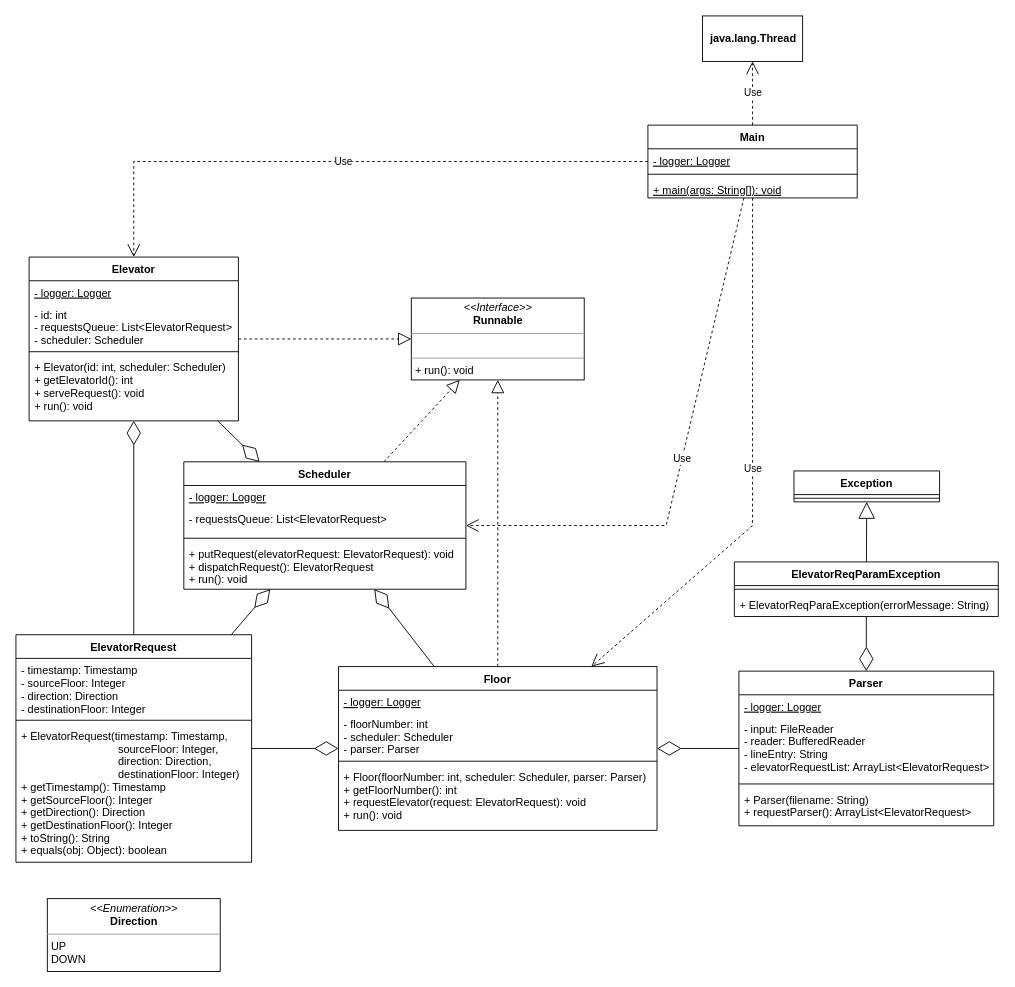
bobbyngo/Elevator-Control-System-And-Simulator keeps this draw.io diagram as page "class" (1 of 2) of P1-UML.drawio. Above is the earlier version. Source tidied: cells renumbered, new cells numbered last; positions are measured from the earlier drawing's top-left corner, leaving out a move shared by most shapes. Both pictures are drawn from the tidied source at 91%, with x=0, y=0 at pixel (15, 15).
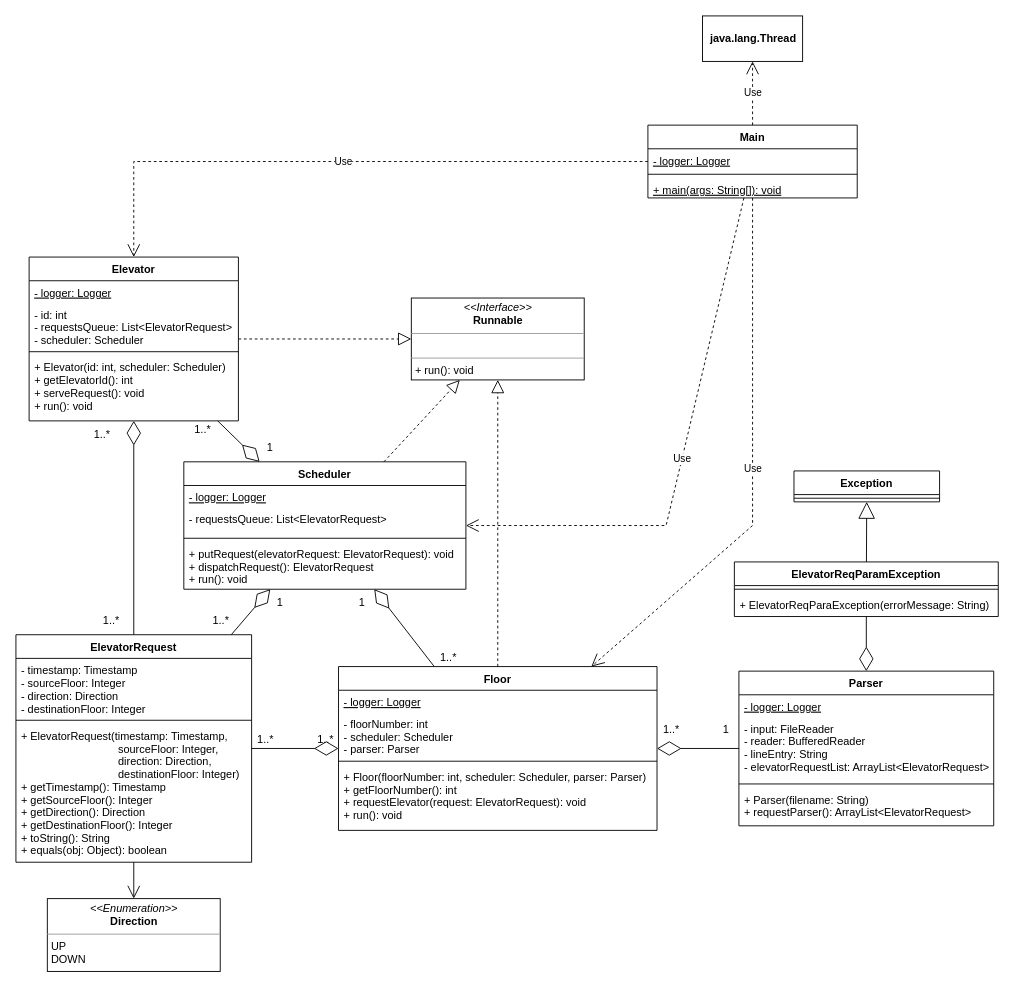
The same page after the edit.

Unchanged cells that the change refers to:
```xml
<mxCell id="13" value="&lt;p style=&quot;margin:0px;margin-top:4px;text-align:center;&quot;&gt;&lt;i&gt;&amp;lt;&amp;lt;Enumeration&amp;gt;&amp;gt;&lt;/i&gt;&lt;br&gt;&lt;b&gt;Direction&lt;/b&gt;&lt;/p&gt;&lt;hr size=&quot;1&quot;&gt;&lt;p style=&quot;margin:0px;margin-left:4px;&quot;&gt;UP&lt;/p&gt;&lt;p style=&quot;margin:0px;margin-left:4px;&quot;&gt;DOWN&lt;/p&gt;" style="verticalAlign=top;align=left;overflow=fill;fontSize=12;fontFamily=Helvetica;html=1;" parent="1" vertex="1">
  <mxGeometry x="34.5" y="970" width="190" height="80" as="geometry" />
</mxCell>
<mxCell id="14" value="ElevatorRequest" style="swimlane;fontStyle=1;align=center;verticalAlign=top;horizontal=1;startSize=26;" parent="1" vertex="1">
  <mxGeometry y="680" width="259" height="250" as="geometry" />
</mxCell>
```

The edit, as a diff of the source:
```diff
@@
+    <mxCell id="53" style="endArrow=open;endFill=1;endSize=12;html=1;rounded=0;" parent="1" edge="1" source="14" target="13">
+      <mxGeometry relative="1" as="geometry" />
+    </mxCell>
+    <mxCell id="54" value="1..*" style="text;html=1;strokeColor=none;fillColor=none;align=center;verticalAlign=middle;whiteSpace=wrap;rounded=0;" parent="1" vertex="1">
+      <mxGeometry x="65" y="445" width="60" height="30" as="geometry" />
+    </mxCell>
+    <mxCell id="55" value="1..*" style="text;html=1;strokeColor=none;fillColor=none;align=center;verticalAlign=middle;whiteSpace=wrap;rounded=0;" parent="1" vertex="1">
+      <mxGeometry x="75" y="650" width="60" height="30" as="geometry" />
+    </mxCell>
+    <mxCell id="56" value="1..*" style="text;html=1;align=center;verticalAlign=middle;strokeColor=none;fillColor=none;" parent="1" vertex="1">
+      <mxGeometry x="254" y="780" width="40" height="30" as="geometry" />
+    </mxCell>
+    <mxCell id="57" value="1..*" style="text;html=1;align=center;verticalAlign=middle;strokeColor=none;fillColor=none;" parent="1" vertex="1">
+      <mxGeometry x="319.5" y="780" width="40" height="30" as="geometry" />
+    </mxCell>
+    <mxCell id="58" value="1..*" style="text;html=1;align=center;verticalAlign=middle;strokeColor=none;fillColor=none;" parent="1" vertex="1">
+      <mxGeometry x="699.5" y="770" width="40" height="30" as="geometry" />
+    </mxCell>
+    <mxCell id="59" value="1" style="text;html=1;align=center;verticalAlign=middle;strokeColor=none;fillColor=none;" parent="1" vertex="1">
+      <mxGeometry x="764.5" y="770" width="30" height="30" as="geometry" />
+    </mxCell>
+    <mxCell id="60" value="1" style="text;html=1;align=center;verticalAlign=middle;strokeColor=none;fillColor=none;" parent="1" vertex="1">
+      <mxGeometry x="275" y="630" width="30" height="30" as="geometry" />
+    </mxCell>
+    <mxCell id="61" value="1" style="text;html=1;align=center;verticalAlign=middle;strokeColor=none;fillColor=none;" parent="1" vertex="1">
+      <mxGeometry x="365" y="630" width="30" height="30" as="geometry" />
+    </mxCell>
+    <mxCell id="62" value="1" style="text;html=1;align=center;verticalAlign=middle;strokeColor=none;fillColor=none;" parent="1" vertex="1">
+      <mxGeometry x="264" y="460" width="30" height="30" as="geometry" />
+    </mxCell>
+    <mxCell id="63" value="1..*" style="text;html=1;align=center;verticalAlign=middle;strokeColor=none;fillColor=none;" parent="1" vertex="1">
+      <mxGeometry x="184.5" y="440" width="40" height="30" as="geometry" />
+    </mxCell>
+    <mxCell id="64" value="1..*" style="text;html=1;align=center;verticalAlign=middle;strokeColor=none;fillColor=none;" parent="1" vertex="1">
+      <mxGeometry x="454.5" y="690" width="40" height="30" as="geometry" />
+    </mxCell>
+    <mxCell id="65" value="1..*" style="text;html=1;align=center;verticalAlign=middle;strokeColor=none;fillColor=none;" parent="1" vertex="1">
+      <mxGeometry x="204.5" y="650" width="40" height="30" as="geometry" />
+    </mxCell>
```
